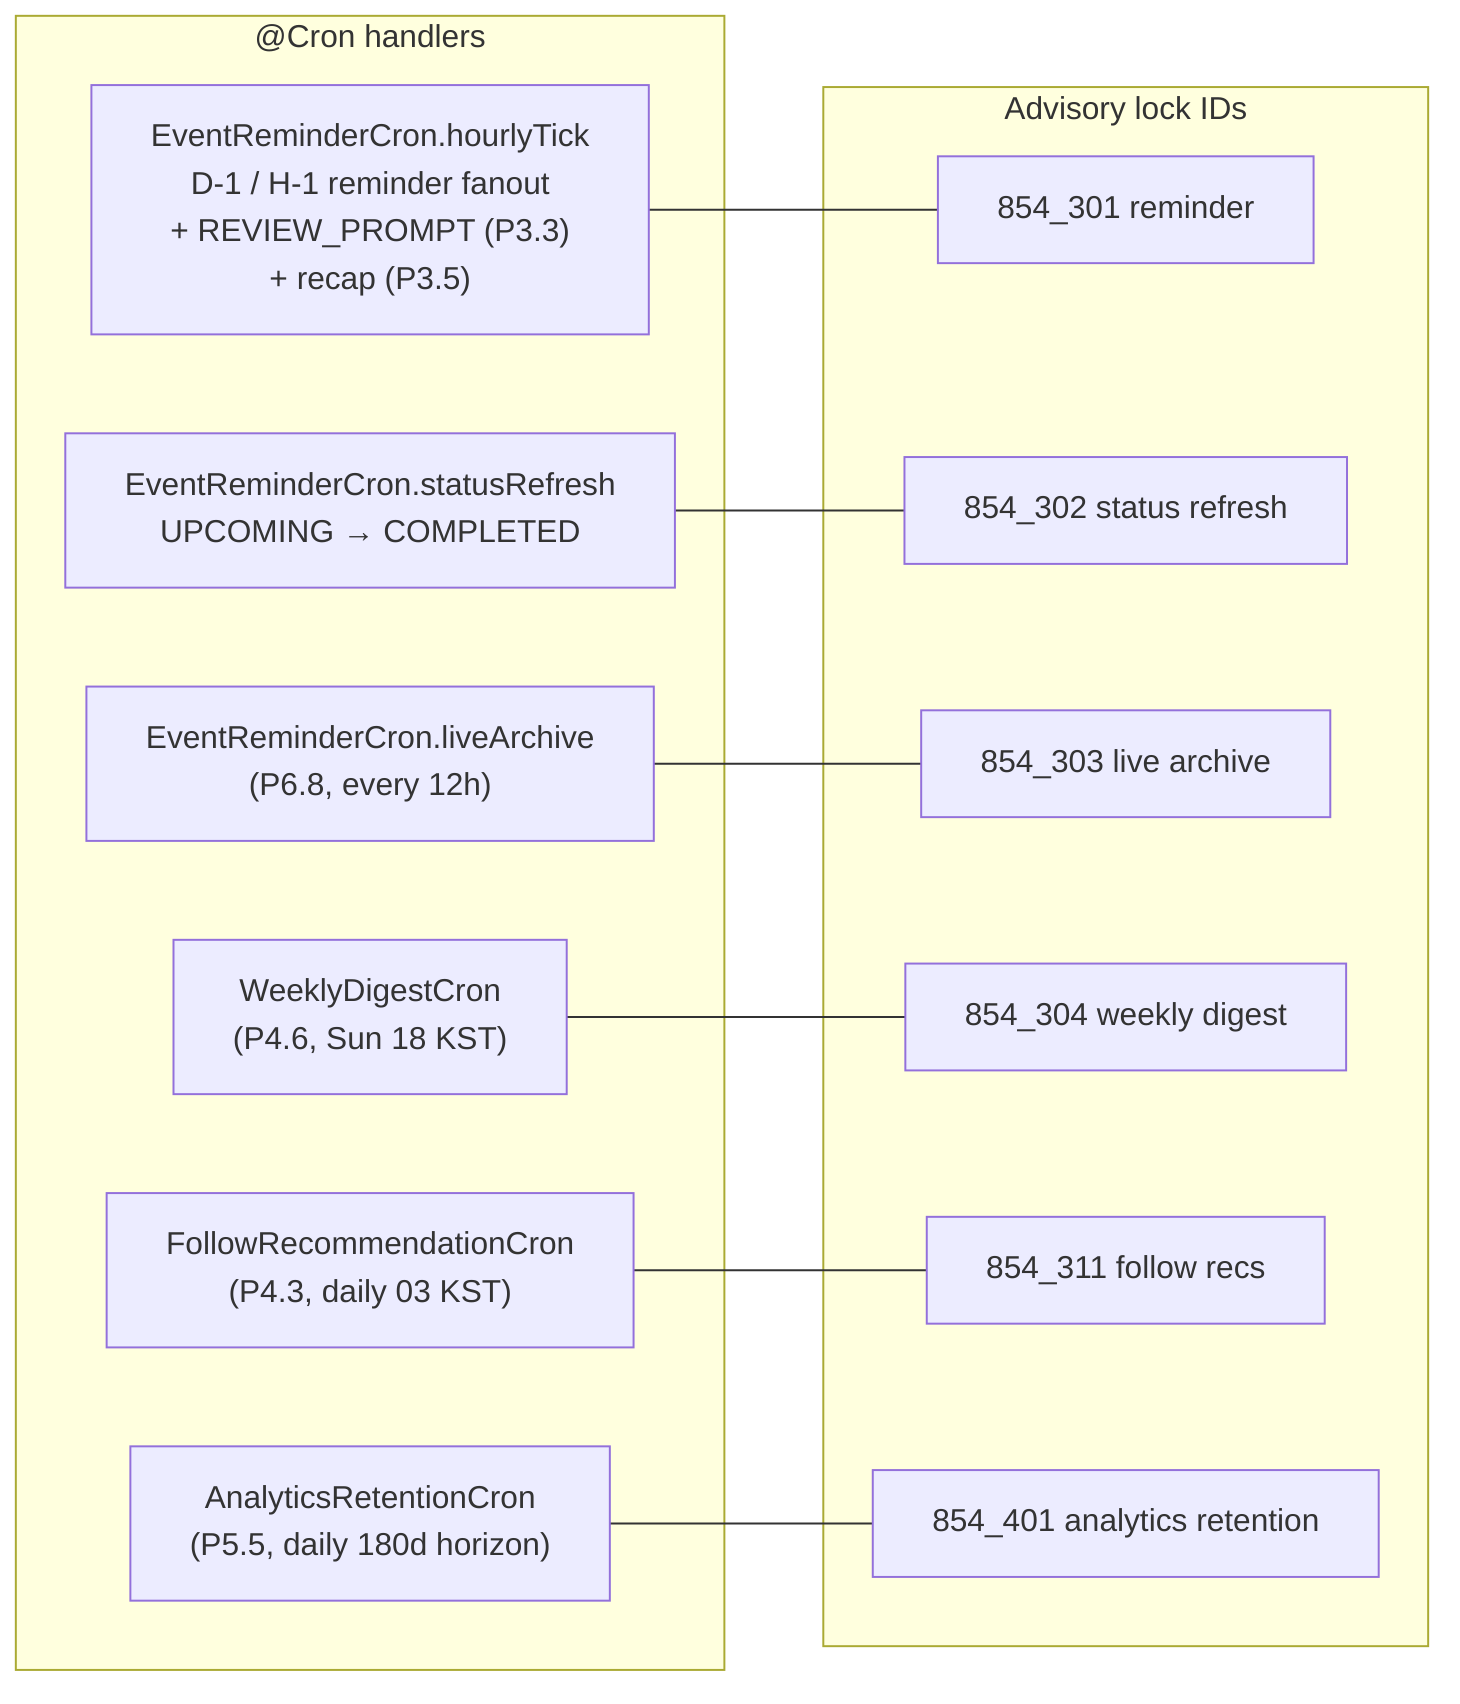
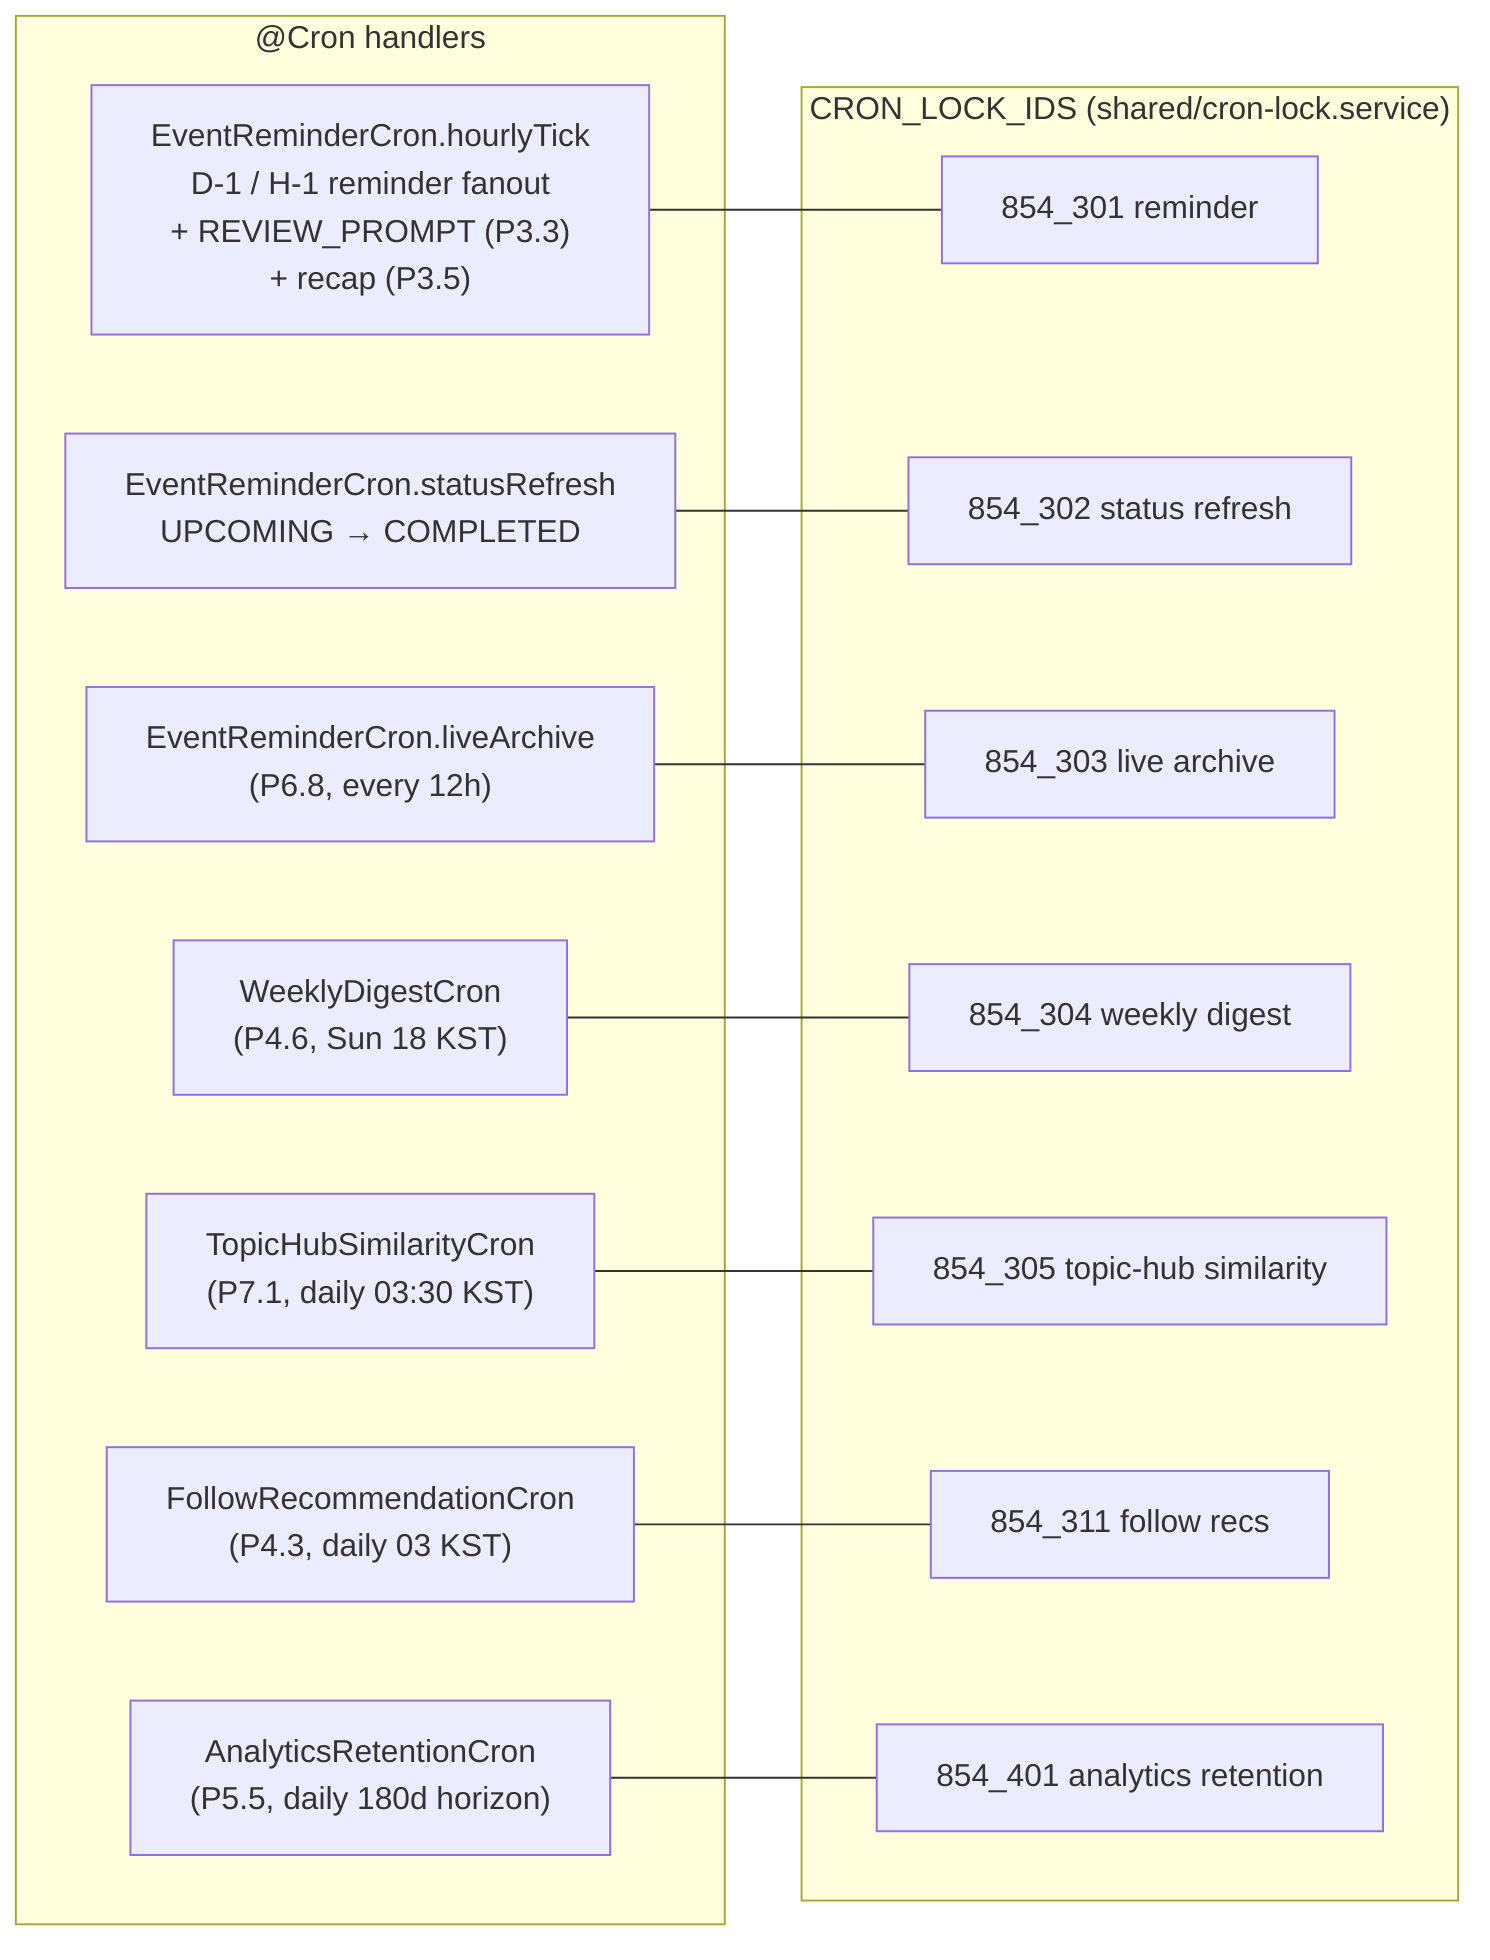
flowchart LR
    subgraph Crons["@Cron handlers"]
        D1["EventReminderCron.hourlyTick<br/>D-1 / H-1 reminder fanout<br/>+ REVIEW_PROMPT (P3.3)<br/>+ recap (P3.5)"]
        D2["EventReminderCron.statusRefresh<br/>UPCOMING → COMPLETED"]
        D3["EventReminderCron.liveArchive<br/>(P6.8, every 12h)"]
        D4["WeeklyDigestCron<br/>(P4.6, Sun 18 KST)"]
        D5["FollowRecommendationCron<br/>(P4.3, daily 03 KST)"]
        D6["AnalyticsRetentionCron<br/>(P5.5, daily 180d horizon)"]
+         D7["TopicHubSimilarityCron<br/>(P7.1, daily 03:30 KST)"]
    end

-     subgraph Locks["Advisory lock IDs"]
+     subgraph Locks["CRON_LOCK_IDS (shared/cron-lock.service)"]
        L1["854_301 reminder"]
        L2["854_302 status refresh"]
        L3["854_303 live archive"]
        L4["854_304 weekly digest"]
-         L5["854_311 follow recs"]
-         L6["854_401 analytics retention"]
+         L5["854_305 topic-hub similarity"]
+         L6["854_311 follow recs"]
+         L7["854_401 analytics retention"]
    end

    D1 --- L1
    D2 --- L2
    D3 --- L3
    D4 --- L4
-     D5 --- L5
-     D6 --- L6
+     D5 --- L6
+     D6 --- L7
+     D7 --- L5
